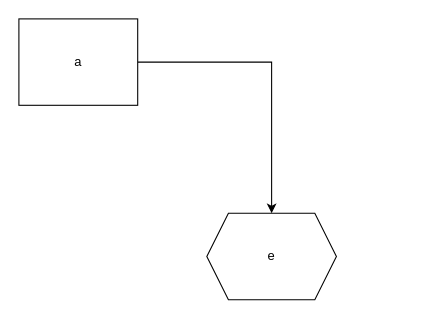
Above: 未命名绘图.drawio in flyingpenguin57/pictures (draw.io), before the change. Source tidied: cells renumbered, new cells numbered last; positions are measured from the earlier drawing's top-left corner, leaving out a move shared by most shapes. Both pictures are drawn from the tidied source at 108%, with x=0, y=0 at pixel (18, 18).
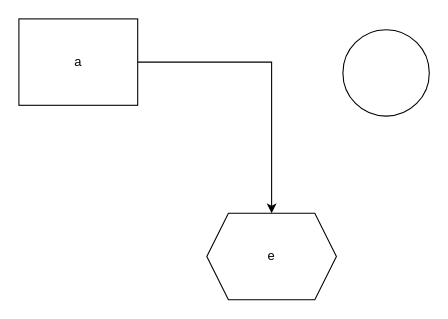
The same diagram, later.

Diff of the diagram source:
```diff
@@
 <mxGraphModel>
   <root>
     <mxCell id="0" />
     <mxCell id="1" parent="0" />
     <mxCell id="2" style="edgeStyle=orthogonalEdgeStyle;rounded=0;jettySize=auto;html=1;entryX=0.5;entryY=0;entryDx=0;entryDy=0;" parent="1" edge="1" source="3" target="4">
       <mxGeometry relative="1" as="geometry" />
     </mxCell>
     <mxCell id="3" value="a" style="rounded=0;whiteSpace=wrap;html=1;" parent="1" vertex="1">
       <mxGeometry width="110" height="80" as="geometry" />
     </mxCell>
     <mxCell id="4" value="e" style="shape=hexagon;perimeter=hexagonPerimeter2;whiteSpace=wrap;html=1;fixedSize=1;" parent="1" vertex="1">
       <mxGeometry x="174" y="180" width="120" height="80" as="geometry" />
     </mxCell>
+    <mxCell id="5" style="ellipse;whiteSpace=wrap;html=1;" parent="1" vertex="1">
+      <mxGeometry x="300" y="10" width="80" height="80" as="geometry" />
+    </mxCell>
   </root>
 </mxGraphModel>
```
